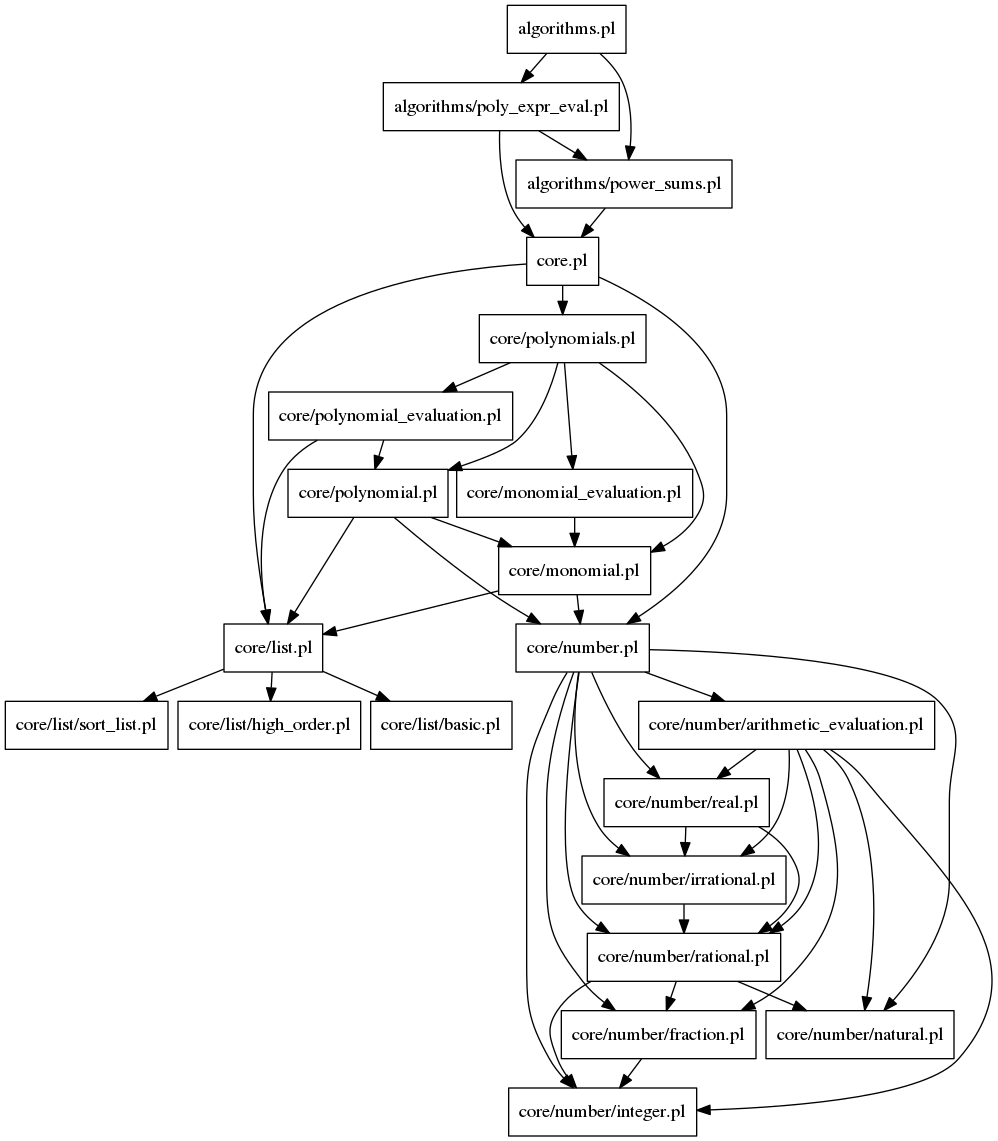
Before: docs/algorithms.png, a diagram exported from Graphviz (lluisalemanypuig/sycalc). Its source is kept beside it as docs/.cache/algorithms.dot. The source it was exported from:
```dot
digraph file_graph {
node [shape=rectangle]
nodesep = 0.1
ranksep = 0.3
"core/number/rational.pl" -> "core/number/integer.pl"
"core/number/rational.pl" -> "core/number/natural.pl"
"core/number/rational.pl" -> "core/number/fraction.pl"
"algorithms.pl" -> "algorithms/poly_expr_eval.pl"
"algorithms.pl" -> "algorithms/power_sums.pl"
"core/polynomials.pl" -> "core/polynomial_evaluation.pl"
"core/polynomials.pl" -> "core/monomial.pl"
"core/polynomials.pl" -> "core/polynomial.pl"
"core/polynomials.pl" -> "core/monomial_evaluation.pl"
"core/monomial_evaluation.pl" -> "core/monomial.pl"
"algorithms/power_sums.pl" -> "core.pl"
"core/number/irrational.pl" -> "core/number/rational.pl"
"algorithms/poly_expr_eval.pl" -> "core.pl"
"algorithms/poly_expr_eval.pl" -> "algorithms/power_sums.pl"
"core/polynomial_evaluation.pl" -> "core/list.pl"
"core/polynomial_evaluation.pl" -> "core/polynomial.pl"
"core.pl" -> "core/polynomials.pl"
"core.pl" -> "core/number.pl"
"core.pl" -> "core/list.pl"
"core/number/arithmetic_evaluation.pl" -> "core/number/integer.pl"
"core/number/arithmetic_evaluation.pl" -> "core/number/natural.pl"
"core/number/arithmetic_evaluation.pl" -> "core/number/fraction.pl"
"core/number/arithmetic_evaluation.pl" -> "core/number/irrational.pl"
"core/number/arithmetic_evaluation.pl" -> "core/number/real.pl"
"core/number/arithmetic_evaluation.pl" -> "core/number/rational.pl"
"core/number.pl" -> "core/number/integer.pl"
"core/number.pl" -> "core/number/natural.pl"
"core/number.pl" -> "core/number/fraction.pl"
"core/number.pl" -> "core/number/irrational.pl"
"core/number.pl" -> "core/number/arithmetic_evaluation.pl"
"core/number.pl" -> "core/number/real.pl"
"core/number.pl" -> "core/number/rational.pl"
"core/list.pl" -> "core/list/sort_list.pl"
"core/list.pl" -> "core/list/high_order.pl"
"core/list.pl" -> "core/list/basic.pl"
"core/polynomial.pl" -> "core/monomial.pl"
"core/polynomial.pl" -> "core/number.pl"
"core/polynomial.pl" -> "core/list.pl"
"core/number/real.pl" -> "core/number/irrational.pl"
"core/number/real.pl" -> "core/number/rational.pl"
"core/monomial.pl" -> "core/number.pl"
"core/monomial.pl" -> "core/list.pl"
"core/number/fraction.pl" -> "core/number/integer.pl"
}
```
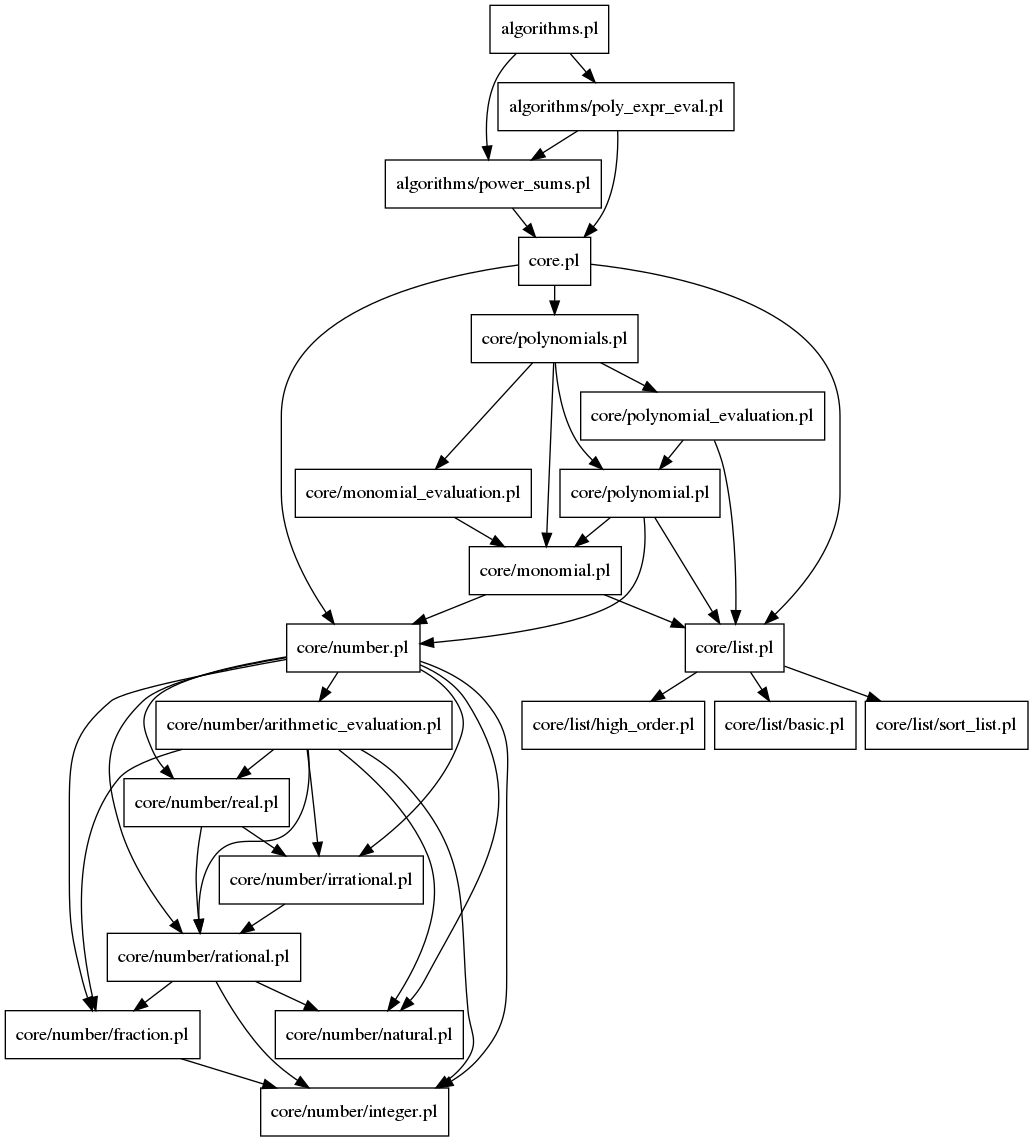
The same file after the commit.

Change to the diagram source:
```diff
@@ -2,47 +2,47 @@
 node [shape=rectangle]
 nodesep = 0.1
 ranksep = 0.3
-"core/number/rational.pl" -> "core/number/integer.pl"
+"algorithms.pl" -> "algorithms/power_sums.pl"
+"algorithms.pl" -> "algorithms/poly_expr_eval.pl"
+"algorithms/power_sums.pl" -> "core.pl"
+"algorithms/poly_expr_eval.pl" -> "core.pl"
+"algorithms/poly_expr_eval.pl" -> "algorithms/power_sums.pl"
+"core.pl" -> "core/number.pl"
+"core.pl" -> "core/list.pl"
+"core.pl" -> "core/polynomials.pl"
+"core/number.pl" -> "core/number/natural.pl"
+"core/number.pl" -> "core/number/rational.pl"
+"core/number.pl" -> "core/number/real.pl"
+"core/number.pl" -> "core/number/fraction.pl"
+"core/number.pl" -> "core/number/integer.pl"
+"core/number.pl" -> "core/number/irrational.pl"
+"core/number.pl" -> "core/number/arithmetic_evaluation.pl"
+"core/list.pl" -> "core/list/basic.pl"
+"core/list.pl" -> "core/list/sort_list.pl"
+"core/list.pl" -> "core/list/high_order.pl"
+"core/polynomials.pl" -> "core/polynomial_evaluation.pl"
+"core/polynomials.pl" -> "core/polynomial.pl"
+"core/polynomials.pl" -> "core/monomial_evaluation.pl"
+"core/polynomials.pl" -> "core/monomial.pl"
+"core/number/fraction.pl" -> "core/number/integer.pl"
 "core/number/rational.pl" -> "core/number/natural.pl"
 "core/number/rational.pl" -> "core/number/fraction.pl"
-"algorithms.pl" -> "algorithms/poly_expr_eval.pl"
-"algorithms.pl" -> "algorithms/power_sums.pl"
-"core/polynomials.pl" -> "core/polynomial_evaluation.pl"
-"core/polynomials.pl" -> "core/monomial.pl"
-"core/polynomials.pl" -> "core/polynomial.pl"
-"core/polynomials.pl" -> "core/monomial_evaluation.pl"
+"core/number/rational.pl" -> "core/number/integer.pl"
+"core/number/irrational.pl" -> "core/number/rational.pl"
+"core/number/real.pl" -> "core/number/rational.pl"
+"core/number/real.pl" -> "core/number/irrational.pl"
+"core/number/arithmetic_evaluation.pl" -> "core/number/natural.pl"
+"core/number/arithmetic_evaluation.pl" -> "core/number/rational.pl"
+"core/number/arithmetic_evaluation.pl" -> "core/number/real.pl"
+"core/number/arithmetic_evaluation.pl" -> "core/number/fraction.pl"
+"core/number/arithmetic_evaluation.pl" -> "core/number/integer.pl"
+"core/number/arithmetic_evaluation.pl" -> "core/number/irrational.pl"
+"core/monomial.pl" -> "core/number.pl"
+"core/monomial.pl" -> "core/list.pl"
 "core/monomial_evaluation.pl" -> "core/monomial.pl"
-"algorithms/power_sums.pl" -> "core.pl"
-"core/number/irrational.pl" -> "core/number/rational.pl"
-"algorithms/poly_expr_eval.pl" -> "core.pl"
-"algorithms/poly_expr_eval.pl" -> "algorithms/power_sums.pl"
+"core/polynomial.pl" -> "core/number.pl"
+"core/polynomial.pl" -> "core/list.pl"
+"core/polynomial.pl" -> "core/monomial.pl"
 "core/polynomial_evaluation.pl" -> "core/list.pl"
 "core/polynomial_evaluation.pl" -> "core/polynomial.pl"
-"core.pl" -> "core/polynomials.pl"
-"core.pl" -> "core/number.pl"
-"core.pl" -> "core/list.pl"
-"core/number/arithmetic_evaluation.pl" -> "core/number/integer.pl"
-"core/number/arithmetic_evaluation.pl" -> "core/number/natural.pl"
-"core/number/arithmetic_evaluation.pl" -> "core/number/fraction.pl"
-"core/number/arithmetic_evaluation.pl" -> "core/number/irrational.pl"
-"core/number/arithmetic_evaluation.pl" -> "core/number/real.pl"
-"core/number/arithmetic_evaluation.pl" -> "core/number/rational.pl"
-"core/number.pl" -> "core/number/integer.pl"
-"core/number.pl" -> "core/number/natural.pl"
-"core/number.pl" -> "core/number/fraction.pl"
-"core/number.pl" -> "core/number/irrational.pl"
-"core/number.pl" -> "core/number/arithmetic_evaluation.pl"
-"core/number.pl" -> "core/number/real.pl"
-"core/number.pl" -> "core/number/rational.pl"
-"core/list.pl" -> "core/list/sort_list.pl"
-"core/list.pl" -> "core/list/high_order.pl"
-"core/list.pl" -> "core/list/basic.pl"
-"core/polynomial.pl" -> "core/monomial.pl"
-"core/polynomial.pl" -> "core/number.pl"
-"core/polynomial.pl" -> "core/list.pl"
-"core/number/real.pl" -> "core/number/irrational.pl"
-"core/number/real.pl" -> "core/number/rational.pl"
-"core/monomial.pl" -> "core/number.pl"
-"core/monomial.pl" -> "core/list.pl"
-"core/number/fraction.pl" -> "core/number/integer.pl"
 }
```
